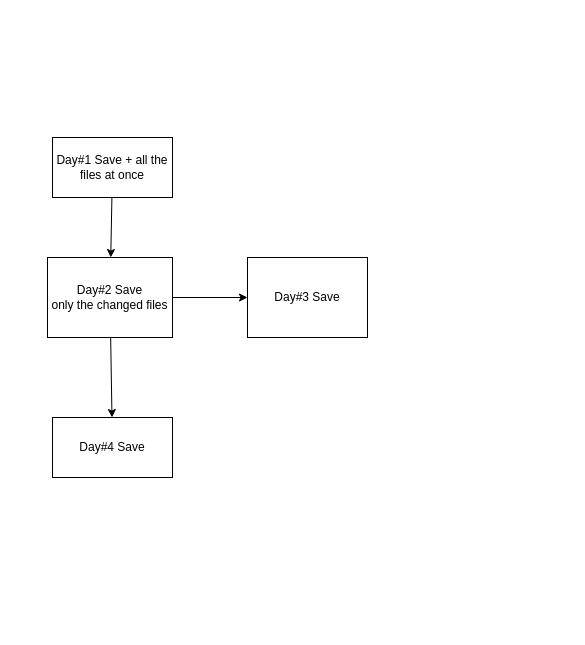
This is welearningnow.dio from itcodehery/skill-eval-learning, a draw.io file, before an edit. Source tidied: cells renumbered, new cells numbered last; positions are measured from the earlier drawing's top-left corner, leaving out a move shared by most shapes. Both pictures are drawn from the tidied source at 100%, with x=0, y=0 at pixel (47, 137).
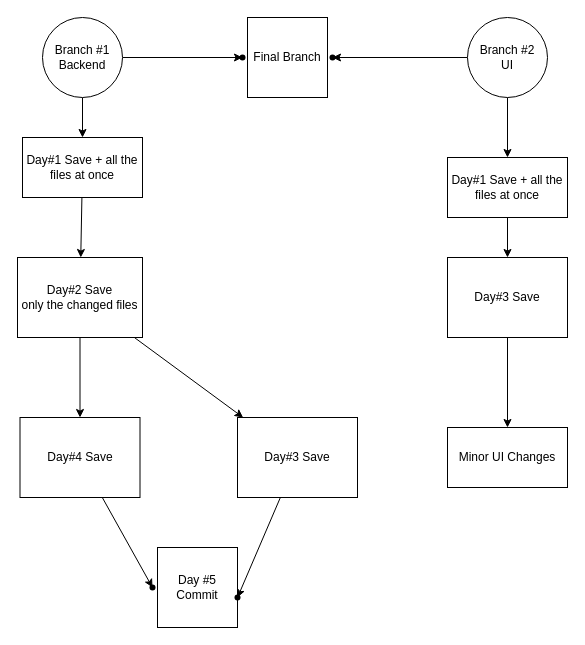
Above is the later version.

Diff of the diagram source:
```diff
@@
     <mxCell id="3" value="Day#1 Save + all the files at once" style="rounded=0;whiteSpace=wrap;html=1;" parent="1" vertex="1">
-      <mxGeometry x="5" width="120" height="60" as="geometry" />
+      <mxGeometry x="-25" width="120" height="60" as="geometry" />
     </mxCell>
@@
     <mxCell id="6" value="Day#2 Save&lt;br&gt;only the changed files" style="whiteSpace=wrap;html=1;rounded=0;" parent="1" vertex="1">
-      <mxGeometry y="120" width="125" height="80" as="geometry" />
+      <mxGeometry x="-30" y="120" width="125" height="80" as="geometry" />
     </mxCell>
+    <mxCell id="9" style="edgeStyle=none;html=1;" parent="1" edge="1" source="7" target="24">
+      <mxGeometry relative="1" as="geometry" />
+    </mxCell>
     <mxCell id="7" value="Day#3 Save" style="whiteSpace=wrap;html=1;rounded=0;" parent="1" vertex="1">
-      <mxGeometry x="200" y="120" width="120" height="80" as="geometry" />
+      <mxGeometry x="190" y="280" width="120" height="80" as="geometry" />
     </mxCell>
+    <mxCell id="10" style="edgeStyle=none;html=1;" parent="1" edge="1" source="8" target="23">
+      <mxGeometry relative="1" as="geometry" />
+    </mxCell>
     <mxCell id="8" value="Day#4 Save" style="whiteSpace=wrap;html=1;rounded=0;" parent="1" vertex="1">
-      <mxGeometry x="5" y="280" width="120" height="60" as="geometry" />
+      <mxGeometry x="-27.5" y="280" width="120" height="80" as="geometry" />
     </mxCell>
+    <mxCell id="11" style="edgeStyle=none;html=1;exitX=0.5;exitY=1;exitDx=0;exitDy=0;entryX=0.5;entryY=0;entryDx=0;entryDy=0;" parent="1" edge="1" source="13" target="3">
+      <mxGeometry relative="1" as="geometry" />
+    </mxCell>
+    <mxCell id="12" style="edgeStyle=none;html=1;" parent="1" edge="1" source="13" target="26">
+      <mxGeometry relative="1" as="geometry" />
+    </mxCell>
+    <mxCell id="13" value="Branch #1&lt;br&gt;Backend" style="ellipse;whiteSpace=wrap;html=1;" parent="1" vertex="1">
+      <mxGeometry x="-5" y="-120" width="80" height="80" as="geometry" />
+    </mxCell>
+    <mxCell id="14" style="edgeStyle=none;html=1;" parent="1" edge="1" source="15" target="17">
+      <mxGeometry relative="1" as="geometry" />
+    </mxCell>
+    <mxCell id="15" value="Day#1 Save + all the files at once" style="rounded=0;whiteSpace=wrap;html=1;" parent="1" vertex="1">
+      <mxGeometry x="400" y="20" width="120" height="60" as="geometry" />
+    </mxCell>
+    <mxCell id="16" style="edgeStyle=none;html=1;" parent="1" edge="1" source="17" target="21">
+      <mxGeometry relative="1" as="geometry" />
+    </mxCell>
+    <mxCell id="17" value="Day#3 Save" style="whiteSpace=wrap;html=1;rounded=0;" parent="1" vertex="1">
+      <mxGeometry x="400" y="120" width="120" height="80" as="geometry" />
+    </mxCell>
+    <mxCell id="18" style="edgeStyle=none;html=1;" parent="1" edge="1" source="20" target="15">
+      <mxGeometry relative="1" as="geometry" />
+    </mxCell>
+    <mxCell id="19" style="edgeStyle=none;html=1;" parent="1" edge="1" source="20" target="27">
+      <mxGeometry relative="1" as="geometry" />
+    </mxCell>
+    <mxCell id="20" value="Branch #2&lt;br&gt;UI" style="ellipse;whiteSpace=wrap;html=1;" parent="1" vertex="1">
+      <mxGeometry x="420" y="-120" width="80" height="80" as="geometry" />
+    </mxCell>
+    <mxCell id="21" value="Minor UI Changes" style="whiteSpace=wrap;html=1;rounded=0;" parent="1" vertex="1">
+      <mxGeometry x="400" y="290" width="120" height="60" as="geometry" />
+    </mxCell>
+    <mxCell id="22" value="Day #5 Commit" style="whiteSpace=wrap;html=1;" parent="1" vertex="1">
+      <mxGeometry x="110" y="410" width="80" height="80" as="geometry" />
+    </mxCell>
+    <mxCell id="23" style="shape=waypoint;sketch=0;size=6;points=[];fillColor=default;perimeter=centerPerimeter;snapToPoint=1;rounded=0;" parent="1" vertex="1">
+      <mxGeometry x="95" y="440" width="20" height="20" as="geometry" />
+    </mxCell>
+    <mxCell id="24" style="shape=waypoint;sketch=0;size=6;points=[];fillColor=default;perimeter=centerPerimeter;snapToPoint=1;rounded=0;" parent="1" vertex="1">
+      <mxGeometry x="180" y="450" width="20" height="20" as="geometry" />
+    </mxCell>
+    <mxCell id="25" value="Final Branch" style="whiteSpace=wrap;html=1;" parent="1" vertex="1">
+      <mxGeometry x="200" y="-120" width="80" height="80" as="geometry" />
+    </mxCell>
+    <mxCell id="26" style="shape=waypoint;sketch=0;size=6;points=[];fillColor=default;perimeter=centerPerimeter;snapToPoint=1;" parent="1" vertex="1">
+      <mxGeometry x="185" y="-90" width="20" height="20" as="geometry" />
+    </mxCell>
+    <mxCell id="27" style="shape=waypoint;sketch=0;size=6;points=[];fillColor=default;perimeter=centerPerimeter;snapToPoint=1;" parent="1" vertex="1">
+      <mxGeometry x="275" y="-90" width="20" height="20" as="geometry" />
+    </mxCell>
```
